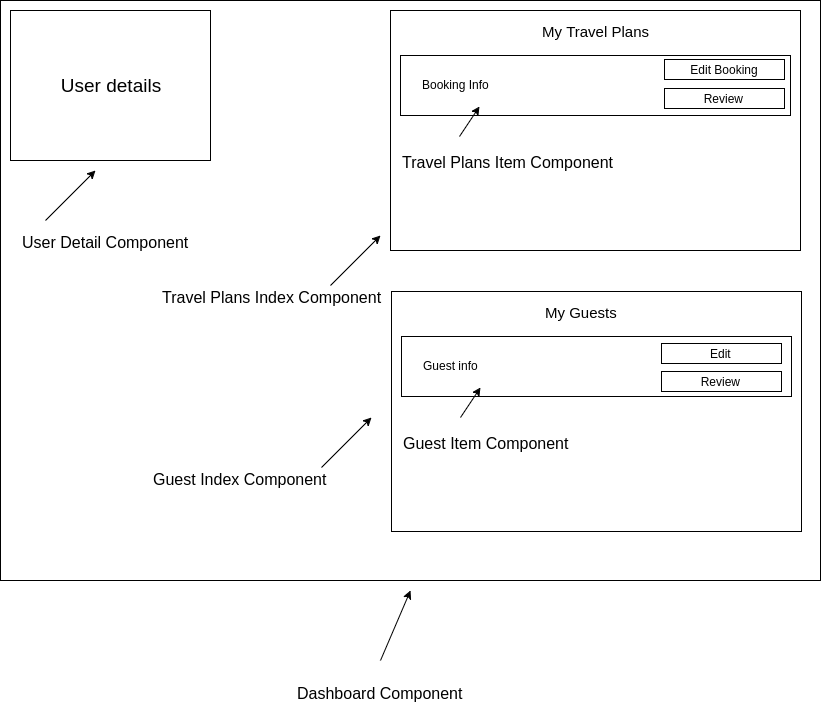
Above: docs/wireframes/dashboard.png in bokats/project_proposal (draw.io), before the change. Source tidied: cells renumbered, new cells last; positions are measured from the earlier drawing's top-left corner, leaving out a move shared by most shapes. Source of this version:
```xml
<mxGraphModel>
  <root>
    <mxCell id="0" />
    <mxCell id="1" parent="0" />
    <mxCell id="2" style="whiteSpace=wrap;html=1;align=center;" parent="1" vertex="1">
      <mxGeometry width="820" height="580" as="geometry" />
    </mxCell>
    <mxCell id="3" value="&lt;font style=&quot;font-size: 19px&quot;&gt;User details&lt;/font&gt;" style="whiteSpace=wrap;html=1;align=center;" parent="1" vertex="1">
      <mxGeometry x="10" y="10" width="200" height="150" as="geometry" />
    </mxCell>
    <mxCell id="4" style="endArrow=classic;html=1;" parent="1" edge="1">
      <mxGeometry relative="1" as="geometry">
        <mxPoint x="45" y="220" as="sourcePoint" />
        <mxPoint x="95" y="170" as="targetPoint" />
      </mxGeometry>
    </mxCell>
    <mxCell id="5" value="&lt;font style=&quot;font-size: 16px&quot;&gt;User Detail Component&lt;/font&gt;" style="text;html=1;align=left;verticalAlign=top;spacingTop=-4;" parent="1" vertex="1">
      <mxGeometry x="20" y="230" width="180" height="20" as="geometry" />
    </mxCell>
    <mxCell id="6" style="whiteSpace=wrap;html=1;align=center;" parent="1" vertex="1">
      <mxGeometry x="390" y="10" width="410" height="240" as="geometry" />
    </mxCell>
    <mxCell id="7" value="&lt;font style=&quot;font-size: 15px&quot;&gt;My Travel Plans&lt;/font&gt;" style="text;html=1;align=center;verticalAlign=top;spacingTop=-4;" parent="1" vertex="1">
      <mxGeometry x="535" y="20" width="120" height="20" as="geometry" />
    </mxCell>
    <mxCell id="8" style="endArrow=classic;html=1;" parent="1" edge="1">
      <mxGeometry relative="1" as="geometry">
        <mxPoint x="330" y="285" as="sourcePoint" />
        <mxPoint x="380" y="235" as="targetPoint" />
      </mxGeometry>
    </mxCell>
    <mxCell id="9" value="&lt;font style=&quot;font-size: 16px&quot;&gt;Travel Plans Index Component&lt;/font&gt;" style="text;html=1;align=left;verticalAlign=top;spacingTop=-4;" parent="1" vertex="1">
      <mxGeometry x="160" y="285" width="230" height="20" as="geometry" />
    </mxCell>
    <mxCell id="10" value="&lt;div style=&quot;text-align: left&quot;&gt;&lt;br&gt;&lt;/div&gt;" style="whiteSpace=wrap;html=1;align=center;" parent="1" vertex="1">
      <mxGeometry x="400" y="55" width="390" height="60" as="geometry" />
    </mxCell>
    <mxCell id="11" value="Edit Booking" style="whiteSpace=wrap;html=1;align=center;" parent="1" vertex="1">
      <mxGeometry x="664" y="59" width="120" height="20" as="geometry" />
    </mxCell>
    <mxCell id="12" value="Booking Info" style="text;html=1;align=left;verticalAlign=top;spacingTop=-4;" parent="1" vertex="1">
      <mxGeometry x="420" y="75" width="80" height="20" as="geometry" />
    </mxCell>
    <mxCell id="13" style="endArrow=classic;html=1;" parent="1" edge="1">
      <mxGeometry relative="1" as="geometry">
        <mxPoint x="459" y="136" as="sourcePoint" />
        <mxPoint x="479" y="106" as="targetPoint" />
      </mxGeometry>
    </mxCell>
    <mxCell id="14" value="&lt;font style=&quot;font-size: 16px&quot;&gt;Travel Plans Item Component&lt;/font&gt;" style="text;html=1;align=left;verticalAlign=top;spacingTop=-4;" parent="1" vertex="1">
      <mxGeometry x="400" y="150" width="230" height="20" as="geometry" />
    </mxCell>
    <mxCell id="15" style="whiteSpace=wrap;html=1;align=center;" parent="1" vertex="1">
      <mxGeometry x="391" y="291" width="410" height="240" as="geometry" />
    </mxCell>
    <mxCell id="16" value="&lt;font style=&quot;font-size: 15px&quot;&gt;My Guests&lt;/font&gt;" style="text;html=1;align=center;verticalAlign=top;spacingTop=-4;" parent="1" vertex="1">
      <mxGeometry x="536" y="301" width="90" height="20" as="geometry" />
    </mxCell>
    <mxCell id="17" value="&lt;div style=&quot;text-align: left&quot;&gt;&lt;br&gt;&lt;/div&gt;" style="whiteSpace=wrap;html=1;align=center;" parent="1" vertex="1">
      <mxGeometry x="401" y="336" width="390" height="60" as="geometry" />
    </mxCell>
    <mxCell id="18" value="Edit&amp;nbsp;" style="whiteSpace=wrap;html=1;align=center;" parent="1" vertex="1">
      <mxGeometry x="661" y="343" width="120" height="20" as="geometry" />
    </mxCell>
    <mxCell id="19" value="Guest info" style="text;html=1;align=left;verticalAlign=top;spacingTop=-4;" parent="1" vertex="1">
      <mxGeometry x="421" y="356" width="70" height="20" as="geometry" />
    </mxCell>
    <mxCell id="20" style="endArrow=classic;html=1;" parent="1" edge="1">
      <mxGeometry relative="1" as="geometry">
        <mxPoint x="460" y="417" as="sourcePoint" />
        <mxPoint x="480" y="387" as="targetPoint" />
      </mxGeometry>
    </mxCell>
    <mxCell id="21" value="&lt;font style=&quot;font-size: 16px&quot;&gt;Guest Item Component&lt;/font&gt;" style="text;html=1;align=left;verticalAlign=top;spacingTop=-4;" parent="1" vertex="1">
      <mxGeometry x="401" y="431" width="180" height="20" as="geometry" />
    </mxCell>
    <mxCell id="22" style="endArrow=classic;html=1;" parent="1" edge="1">
      <mxGeometry relative="1" as="geometry">
        <mxPoint x="321" y="467" as="sourcePoint" />
        <mxPoint x="371" y="417" as="targetPoint" />
      </mxGeometry>
    </mxCell>
    <mxCell id="23" value="&lt;font style=&quot;font-size: 16px&quot;&gt;Guest Index Component&lt;/font&gt;" style="text;html=1;align=left;verticalAlign=top;spacingTop=-4;" parent="1" vertex="1">
      <mxGeometry x="151" y="467" width="190" height="20" as="geometry" />
    </mxCell>
    <mxCell id="24" style="endArrow=classic;html=1;" parent="1" edge="1">
      <mxGeometry relative="1" as="geometry">
        <mxPoint x="380" y="660" as="sourcePoint" />
        <mxPoint x="410" y="590" as="targetPoint" />
      </mxGeometry>
    </mxCell>
    <mxCell id="25" value="&lt;font style=&quot;font-size: 16px&quot;&gt;Dashboard Component&lt;/font&gt;" style="text;html=1;align=left;verticalAlign=top;spacingTop=-4;" parent="1" vertex="1">
      <mxGeometry x="295" y="681" width="180" height="20" as="geometry" />
    </mxCell>
    <mxCell id="26" value="Review&amp;nbsp;" style="whiteSpace=wrap;html=1;align=center;" parent="1" vertex="1">
      <mxGeometry x="664" y="88" width="120" height="20" as="geometry" />
    </mxCell>
    <mxCell id="27" value="Review&amp;nbsp;" style="whiteSpace=wrap;html=1;align=center;" parent="1" vertex="1">
      <mxGeometry x="661" y="371" width="120" height="20" as="geometry" />
    </mxCell>
  </root>
</mxGraphModel>
```
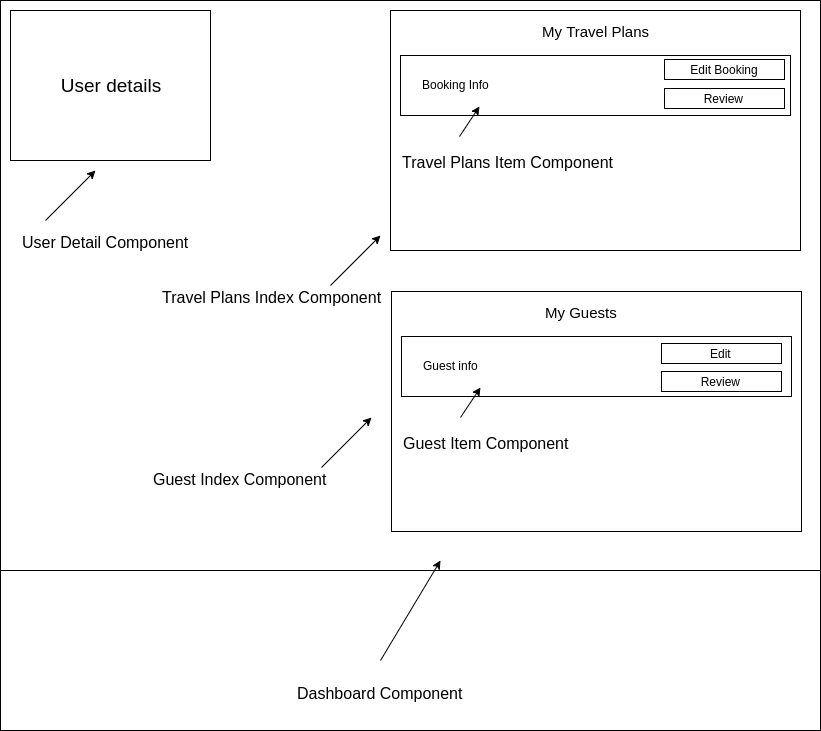
After the change.

Diff of the diagram source:
```diff
@@ -2,8 +2,11 @@
   <root>
     <mxCell id="0" />
     <mxCell id="1" parent="0" />
+    <mxCell id="28" style="whiteSpace=wrap;html=1;fontSize=18;align=center;" parent="1" vertex="1">
+      <mxGeometry width="820" height="730" as="geometry" />
+    </mxCell>
     <mxCell id="2" style="whiteSpace=wrap;html=1;align=center;" parent="1" vertex="1">
-      <mxGeometry width="820" height="580" as="geometry" />
+      <mxGeometry width="820" height="570" as="geometry" />
     </mxCell>
     <mxCell id="3" value="&lt;font style=&quot;font-size: 19px&quot;&gt;User details&lt;/font&gt;" style="whiteSpace=wrap;html=1;align=center;" parent="1" vertex="1">
       <mxGeometry x="10" y="10" width="200" height="150" as="geometry" />
@@ -83,10 +86,9 @@
     <mxCell id="23" value="&lt;font style=&quot;font-size: 16px&quot;&gt;Guest Index Component&lt;/font&gt;" style="text;html=1;align=left;verticalAlign=top;spacingTop=-4;" parent="1" vertex="1">
       <mxGeometry x="151" y="467" width="190" height="20" as="geometry" />
     </mxCell>
-    <mxCell id="24" style="endArrow=classic;html=1;" parent="1" edge="1">
+    <mxCell id="24" style="endArrow=classic;html=1;entryX=0.537;entryY=0.982;entryPerimeter=0;" parent="1" edge="1" target="2">
       <mxGeometry relative="1" as="geometry">
         <mxPoint x="380" y="660" as="sourcePoint" />
-        <mxPoint x="410" y="590" as="targetPoint" />
       </mxGeometry>
     </mxCell>
     <mxCell id="25" value="&lt;font style=&quot;font-size: 16px&quot;&gt;Dashboard Component&lt;/font&gt;" style="text;html=1;align=left;verticalAlign=top;spacingTop=-4;" parent="1" vertex="1">
```
